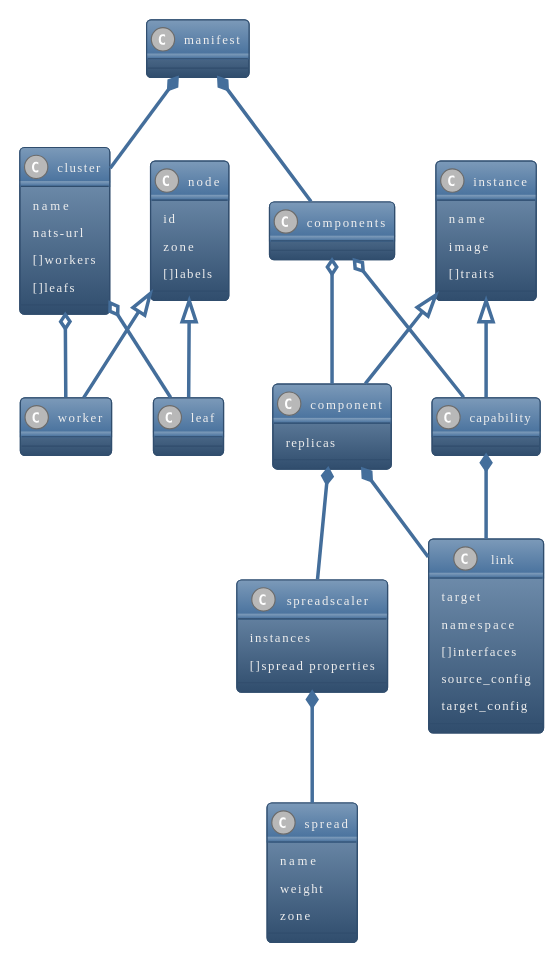
The PlantUML diagram images/diagram.svg in gandalf-the-white/togusa, before a commit.
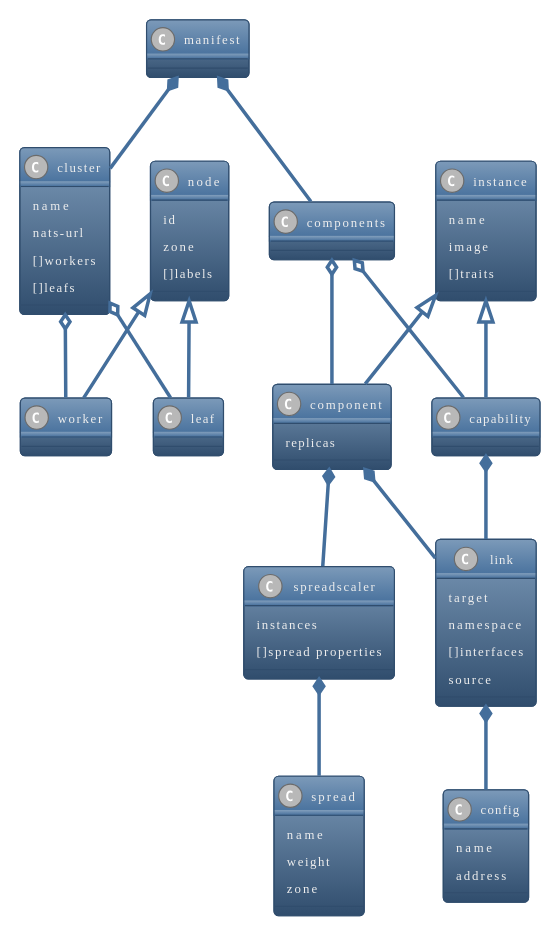
After the commit.

The edit, as a diff of the source:
```diff
@@ -11,6 +11,7 @@
 component *-- link
 capability *-- link
 spreadscaler *-- spread
+link *-- config
 node <|-- worker
 node <|-- leaf
 cluster o-- worker
@@ -41,6 +42,8 @@
 link : target
 link : namespace
 link : []interfaces
-link : source_config
-link : target_config
+link : source
+
+config : name
+config : address
 @enduml
```
